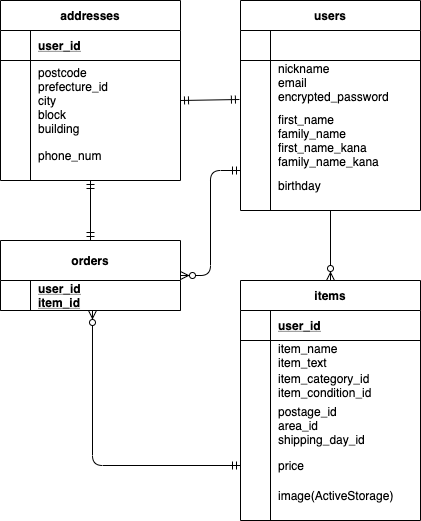
This is ER.drawio.png from ryamahita0407/furima-27986, a draw.io export, as it was before one commit. Source tidied: cells renumbered, new cells last; positions are measured from the earlier drawing's top-left corner, leaving out a move shared by most shapes.
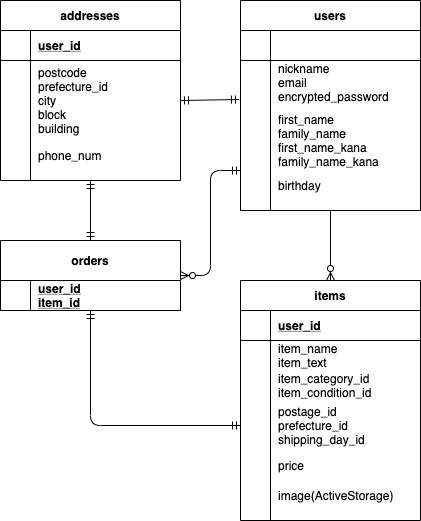
Later version of the same file.

Commit message:
ER図及びREADME再作成

The edit, as a diff of the source:
```diff
@@ -113,7 +113,7 @@
     <mxCell id="38" style="shape=partialRectangle;fillColor=none;top=0;left=0;bottom=0;right=0;overflow=hidden;" parent="37" vertex="1">
       <mxGeometry width="30" height="50" as="geometry" />
     </mxCell>
-    <mxCell id="39" value="postage_id&#10;area_id&#10;shipping_day_id" style="shape=partialRectangle;fillColor=none;top=0;left=0;bottom=0;right=0;align=left;spacingLeft=6;overflow=hidden;" parent="37" vertex="1">
+    <mxCell id="39" value="postage_id&#10;prefecture_id&#10;shipping_day_id" style="shape=partialRectangle;fillColor=none;top=0;left=0;bottom=0;right=0;align=left;spacingLeft=6;overflow=hidden;" parent="37" vertex="1">
       <mxGeometry x="30" width="150" height="50" as="geometry" />
     </mxCell>
     <mxCell id="40" style="shape=partialRectangle;fillColor=none;top=0;left=0;bottom=0;right=0;points=[[0,0.5],[1,0.5]];portConstraint=eastwest;" parent="27" vertex="1">
@@ -154,8 +154,10 @@
         <mxPoint x="240" y="170" as="sourcePoint" />
       </mxGeometry>
     </mxCell>
-    <mxCell id="52" style="edgeStyle=orthogonalEdgeStyle;fontSize=12;html=1;endArrow=ERzeroToMany;startArrow=ERmandOne;entryX=0.511;entryY=1;entryDx=0;entryDy=0;entryPerimeter=0;exitX=0;exitY=0.5;exitDx=0;exitDy=0;" parent="1" edge="1" source="40" target="47">
-      <mxGeometry relative="1" as="geometry" />
-    </mxCell>
+    <mxCell id="53" style="edgeStyle=orthogonalEdgeStyle;fontSize=12;html=1;endArrow=ERmandOne;startArrow=ERmandOne;exitX=0;exitY=0.5;exitDx=0;exitDy=0;" parent="1" edge="1" source="37">
+      <mxGeometry relative="1" as="geometry">
+        <mxPoint x="90" y="310" as="targetPoint" />
+      </mxGeometry>
+    </mxCell>
   </root>
 </mxGraphModel>
```
